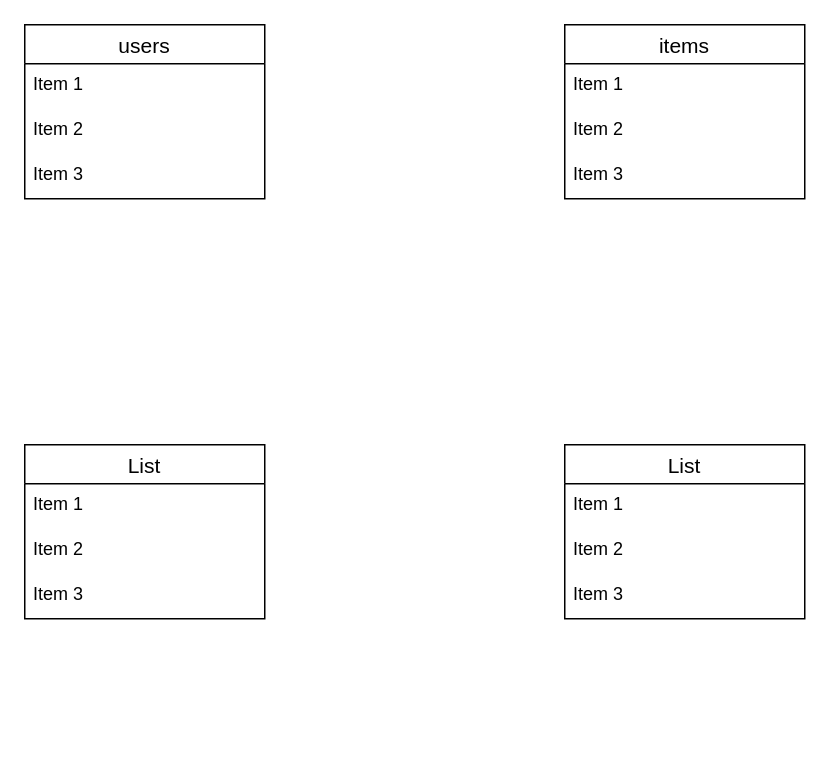
Earlier version of the draw.io diagram ER図.dio (teramitomoki/furima-36881). Source tidied: cells renumbered, new cells numbered last; positions are measured from the earlier drawing's top-left corner, leaving out a move shared by most shapes. Both pictures are drawn from the tidied source at 150%, with x=0, y=0 at pixel (24, 24).
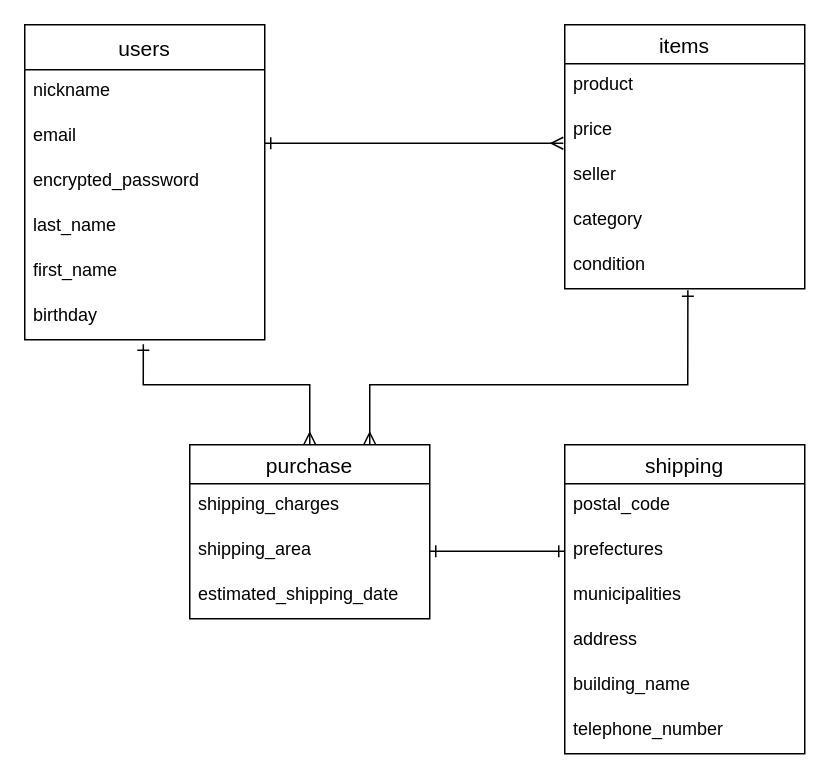
The same page after the edit.

Change to the diagram source:
```diff
@@
-    <mxCell id="2" value="users" style="swimlane;fontStyle=0;horizontal=1;startSize=26;align=center;fontSize=14;" parent="1" vertex="1">
-      <mxGeometry width="160" height="116" as="geometry" />
+    <mxCell id="2" value="users" style="swimlane;fontStyle=0;horizontal=1;startSize=30;align=center;fontSize=14;" parent="1" vertex="1">
+      <mxGeometry width="160" height="210" as="geometry" />
     </mxCell>
-    <mxCell id="3" value="Item 1" style="text;strokeColor=none;fillColor=none;spacingLeft=4;spacingRight=4;overflow=hidden;fontSize=12;" parent="2" vertex="1">
-      <mxGeometry y="26" width="160" height="30" as="geometry" />
-    </mxCell>
-    <mxCell id="4" value="Item 2" style="text;strokeColor=none;fillColor=none;spacingLeft=4;spacingRight=4;overflow=hidden;fontSize=12;" parent="2" vertex="1">
-      <mxGeometry y="56" width="160" height="30" as="geometry" />
+    <mxCell id="4" value="nickname" style="text;strokeColor=none;fillColor=none;spacingLeft=4;spacingRight=4;overflow=hidden;fontSize=12;" parent="2" vertex="1">
+      <mxGeometry y="30" width="160" height="30" as="geometry" />
     </mxCell>
-    <mxCell id="5" value="Item 3" style="text;strokeColor=none;fillColor=none;spacingLeft=4;spacingRight=4;overflow=hidden;fontSize=12;" parent="2" vertex="1">
-      <mxGeometry y="86" width="160" height="30" as="geometry" />
+    <mxCell id="5" value="email" style="text;strokeColor=none;fillColor=none;spacingLeft=4;spacingRight=4;overflow=hidden;fontSize=12;" parent="2" vertex="1">
+      <mxGeometry y="60" width="160" height="30" as="geometry" />
     </mxCell>
+    <mxCell id="18" value="encrypted_password" style="text;strokeColor=none;fillColor=none;spacingLeft=4;spacingRight=4;overflow=hidden;fontSize=12;" parent="2" vertex="1">
+      <mxGeometry y="90" width="160" height="30" as="geometry" />
+    </mxCell>
+    <mxCell id="19" value="last_name" style="text;strokeColor=none;fillColor=none;spacingLeft=4;spacingRight=4;overflow=hidden;fontSize=12;" parent="2" vertex="1">
+      <mxGeometry y="120" width="160" height="30" as="geometry" />
+    </mxCell>
+    <mxCell id="20" value="first_name" style="text;strokeColor=none;fillColor=none;spacingLeft=4;spacingRight=4;overflow=hidden;fontSize=12;" parent="2" vertex="1">
+      <mxGeometry y="150" width="160" height="30" as="geometry" />
+    </mxCell>
+    <mxCell id="21" value="birthday" style="text;strokeColor=none;fillColor=none;spacingLeft=4;spacingRight=4;overflow=hidden;points=[[0,0.5],[1,0.5]];portConstraint=eastwest;fontSize=12;" parent="2" vertex="1">
+      <mxGeometry y="180" width="160" height="30" as="geometry" />
+    </mxCell>
     <mxCell id="6" value="items" style="swimlane;fontStyle=0;horizontal=1;startSize=26;align=center;fontSize=14;" parent="1" vertex="1">
-      <mxGeometry x="360" width="160" height="116" as="geometry" />
+      <mxGeometry x="360" width="160" height="176" as="geometry" />
     </mxCell>
-    <mxCell id="7" value="Item 1" style="text;strokeColor=none;fillColor=none;spacingLeft=4;spacingRight=4;overflow=hidden;fontSize=12;" parent="6" vertex="1">
+    <mxCell id="7" value="product" style="text;strokeColor=none;fillColor=none;spacingLeft=4;spacingRight=4;overflow=hidden;fontSize=12;" parent="6" vertex="1">
       <mxGeometry y="26" width="160" height="30" as="geometry" />
     </mxCell>
-    <mxCell id="8" value="Item 2" style="text;strokeColor=none;fillColor=none;spacingLeft=4;spacingRight=4;overflow=hidden;points=[[0,0.5],[1,0.5]];portConstraint=eastwest;fontSize=12;" parent="6" vertex="1">
+    <mxCell id="8" value="price" style="text;strokeColor=none;fillColor=none;spacingLeft=4;spacingRight=4;overflow=hidden;points=[[0,0.5],[1,0.5]];portConstraint=eastwest;fontSize=12;" parent="6" vertex="1">
       <mxGeometry y="56" width="160" height="30" as="geometry" />
     </mxCell>
-    <mxCell id="9" value="Item 3" style="text;strokeColor=none;fillColor=none;spacingLeft=4;spacingRight=4;overflow=hidden;fontSize=12;" parent="6" vertex="1">
+    <mxCell id="9" value="seller" style="text;strokeColor=none;fillColor=none;spacingLeft=4;spacingRight=4;overflow=hidden;fontSize=12;" parent="6" vertex="1">
       <mxGeometry y="86" width="160" height="30" as="geometry" />
     </mxCell>
+    <mxCell id="22" value="category" style="text;strokeColor=none;fillColor=none;spacingLeft=4;spacingRight=4;overflow=hidden;fontSize=12;" parent="6" vertex="1">
+      <mxGeometry y="116" width="160" height="30" as="geometry" />
+    </mxCell>
+    <mxCell id="23" value="condition" style="text;strokeColor=none;fillColor=none;spacingLeft=4;spacingRight=4;overflow=hidden;points=[[0,0.5],[1,0.5]];portConstraint=eastwest;fontSize=12;" parent="6" vertex="1">
+      <mxGeometry y="146" width="160" height="30" as="geometry" />
+    </mxCell>
-    <mxCell id="10" value="List" style="swimlane;fontStyle=0;horizontal=1;startSize=26;align=center;fontSize=14;" parent="1" vertex="1">
-      <mxGeometry y="280" width="160" height="116" as="geometry" />
+    <mxCell id="10" value="purchase" style="swimlane;fontStyle=0;horizontal=1;startSize=26;align=center;fontSize=14;" parent="1" vertex="1">
+      <mxGeometry x="110" y="280" width="160" height="116" as="geometry" />
     </mxCell>
-    <mxCell id="11" value="Item 1" style="text;strokeColor=none;fillColor=none;spacingLeft=4;spacingRight=4;overflow=hidden;fontSize=12;" parent="10" vertex="1">
+    <mxCell id="11" value="shipping_charges" style="text;strokeColor=none;fillColor=none;spacingLeft=4;spacingRight=4;overflow=hidden;fontSize=12;" parent="10" vertex="1">
       <mxGeometry y="26" width="160" height="30" as="geometry" />
     </mxCell>
-    <mxCell id="12" value="Item 2" style="text;strokeColor=none;fillColor=none;spacingLeft=4;spacingRight=4;overflow=hidden;fontSize=12;" parent="10" vertex="1">
-      <mxGeometry y="56" width="160" height="30" as="geometry" />
-    </mxCell>
-    <mxCell id="13" value="Item 3" style="text;strokeColor=none;fillColor=none;spacingLeft=4;spacingRight=4;overflow=hidden;fontSize=12;" parent="10" vertex="1">
-      <mxGeometry y="86" width="160" height="30" as="geometry" />
-    </mxCell>
+    <mxCell id="24" value="shipping_area" style="text;strokeColor=none;fillColor=none;spacingLeft=4;spacingRight=4;overflow=hidden;points=[[0,0.5],[1,0.5]];portConstraint=eastwest;fontSize=12;" parent="10" vertex="1">
+      <mxGeometry y="56" width="160" height="30" as="geometry" />
+    </mxCell>
+    <mxCell id="25" value="estimated_shipping_date" style="text;strokeColor=none;fillColor=none;spacingLeft=4;spacingRight=4;overflow=hidden;fontSize=12;" parent="10" vertex="1">
+      <mxGeometry y="86" width="160" height="30" as="geometry" />
+    </mxCell>
-    <mxCell id="14" value="List" style="swimlane;fontStyle=0;horizontal=1;startSize=26;align=center;fontSize=14;" parent="1" vertex="1">
-      <mxGeometry x="360" y="280" width="160" height="116" as="geometry" />
+    <mxCell id="14" value="shipping" style="swimlane;fontStyle=0;horizontal=1;startSize=26;align=center;fontSize=14;" parent="1" vertex="1">
+      <mxGeometry x="360" y="280" width="160" height="206" as="geometry" />
     </mxCell>
-    <mxCell id="15" value="Item 1" style="text;strokeColor=none;fillColor=none;spacingLeft=4;spacingRight=4;overflow=hidden;fontSize=12;" parent="14" vertex="1">
+    <mxCell id="15" value="postal_code" style="text;strokeColor=none;fillColor=none;spacingLeft=4;spacingRight=4;overflow=hidden;fontSize=12;" parent="14" vertex="1">
       <mxGeometry y="26" width="160" height="30" as="geometry" />
     </mxCell>
-    <mxCell id="16" value="Item 2" style="text;strokeColor=none;fillColor=none;spacingLeft=4;spacingRight=4;overflow=hidden;points=[[0,0.5],[1,0.5]];portConstraint=eastwest;fontSize=12;" parent="14" vertex="1">
+    <mxCell id="16" value="prefectures" style="text;strokeColor=none;fillColor=none;spacingLeft=4;spacingRight=4;overflow=hidden;points=[[0,0.5],[1,0.5]];portConstraint=eastwest;fontSize=12;" parent="14" vertex="1">
       <mxGeometry y="56" width="160" height="30" as="geometry" />
     </mxCell>
-    <mxCell id="17" value="Item 3" style="text;strokeColor=none;fillColor=none;spacingLeft=4;spacingRight=4;overflow=hidden;fontSize=12;" parent="14" vertex="1">
+    <mxCell id="17" value="municipalities" style="text;strokeColor=none;fillColor=none;spacingLeft=4;spacingRight=4;overflow=hidden;fontSize=12;" parent="14" vertex="1">
       <mxGeometry y="86" width="160" height="30" as="geometry" />
     </mxCell>
+    <mxCell id="26" value="address" style="text;strokeColor=none;fillColor=none;spacingLeft=4;spacingRight=4;overflow=hidden;fontSize=12;" parent="14" vertex="1">
+      <mxGeometry y="116" width="160" height="30" as="geometry" />
+    </mxCell>
+    <mxCell id="27" value="building_name" style="text;strokeColor=none;fillColor=none;spacingLeft=4;spacingRight=4;overflow=hidden;fontSize=12;" parent="14" vertex="1">
+      <mxGeometry y="146" width="160" height="30" as="geometry" />
+    </mxCell>
+    <mxCell id="28" value="telephone_number" style="text;strokeColor=none;fillColor=none;spacingLeft=4;spacingRight=4;overflow=hidden;fontSize=12;" parent="14" vertex="1">
+      <mxGeometry y="176" width="160" height="30" as="geometry" />
+    </mxCell>
+    <mxCell id="29" style="endArrow=ERmany;html=1;rounded=0;entryX=-0.006;entryY=0.767;entryDx=0;entryDy=0;entryPerimeter=0;endFill=0;targetPerimeterSpacing=0;endSize=6;strokeWidth=1;startArrow=ERone;startFill=0;" parent="1" edge="1" target="8">
+      <mxGeometry relative="1" as="geometry">
+        <mxPoint x="160" y="79" as="sourcePoint" />
+      </mxGeometry>
+    </mxCell>
+    <mxCell id="30" style="edgeStyle=orthogonalEdgeStyle;rounded=0;jettySize=auto;html=1;exitX=1;exitY=0.5;exitDx=0;exitDy=0;entryX=0;entryY=0.5;entryDx=0;entryDy=0;startArrow=ERone;startFill=0;endArrow=ERone;endFill=0;endSize=6;targetPerimeterSpacing=0;strokeWidth=1;" parent="1" edge="1" source="24" target="16">
+      <mxGeometry relative="1" as="geometry" />
+    </mxCell>
+    <mxCell id="31" style="endArrow=ERmany;html=1;rounded=0;endSize=6;targetPerimeterSpacing=0;strokeWidth=1;exitX=0.494;exitY=1.1;exitDx=0;exitDy=0;exitPerimeter=0;entryX=0.5;entryY=0;entryDx=0;entryDy=0;startArrow=ERone;startFill=0;endFill=0;" parent="1" edge="1" source="21" target="10">
+      <mxGeometry relative="1" as="geometry">
+        <Array as="points">
+          <mxPoint x="79" y="240" />
+          <mxPoint x="190" y="240" />
+        </Array>
+      </mxGeometry>
+    </mxCell>
+    <mxCell id="32" style="endArrow=ERone;html=1;rounded=0;endSize=6;targetPerimeterSpacing=0;strokeWidth=1;entryX=0.513;entryY=1.033;entryDx=0;entryDy=0;entryPerimeter=0;exitX=0.75;exitY=0;exitDx=0;exitDy=0;startArrow=ERmany;startFill=0;endFill=0;" parent="1" edge="1" source="10" target="23">
+      <mxGeometry relative="1" as="geometry">
+        <Array as="points">
+          <mxPoint x="230" y="240" />
+          <mxPoint x="442" y="240" />
+        </Array>
+      </mxGeometry>
+    </mxCell>
```
